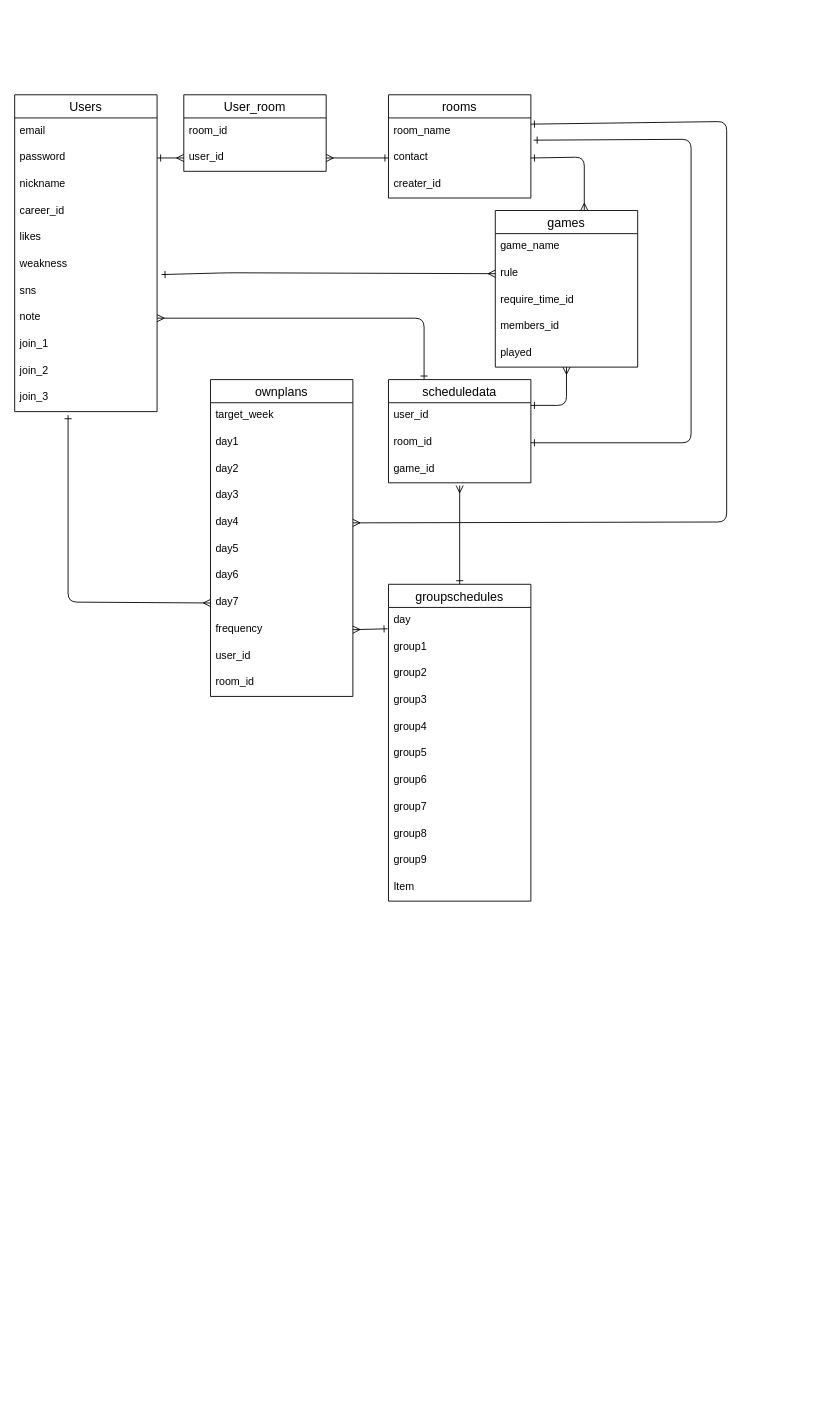
Earlier version of the draw.io diagram bgcafe.dio (Toshiki-Ichi/bgcafe). Source tidied: cells renumbered, new cells numbered last; positions are measured from the earlier drawing's top-left corner, leaving out a move shared by most shapes. Both pictures are drawn from the tidied source at 89%, with x=0, y=0 at pixel (14, 94).
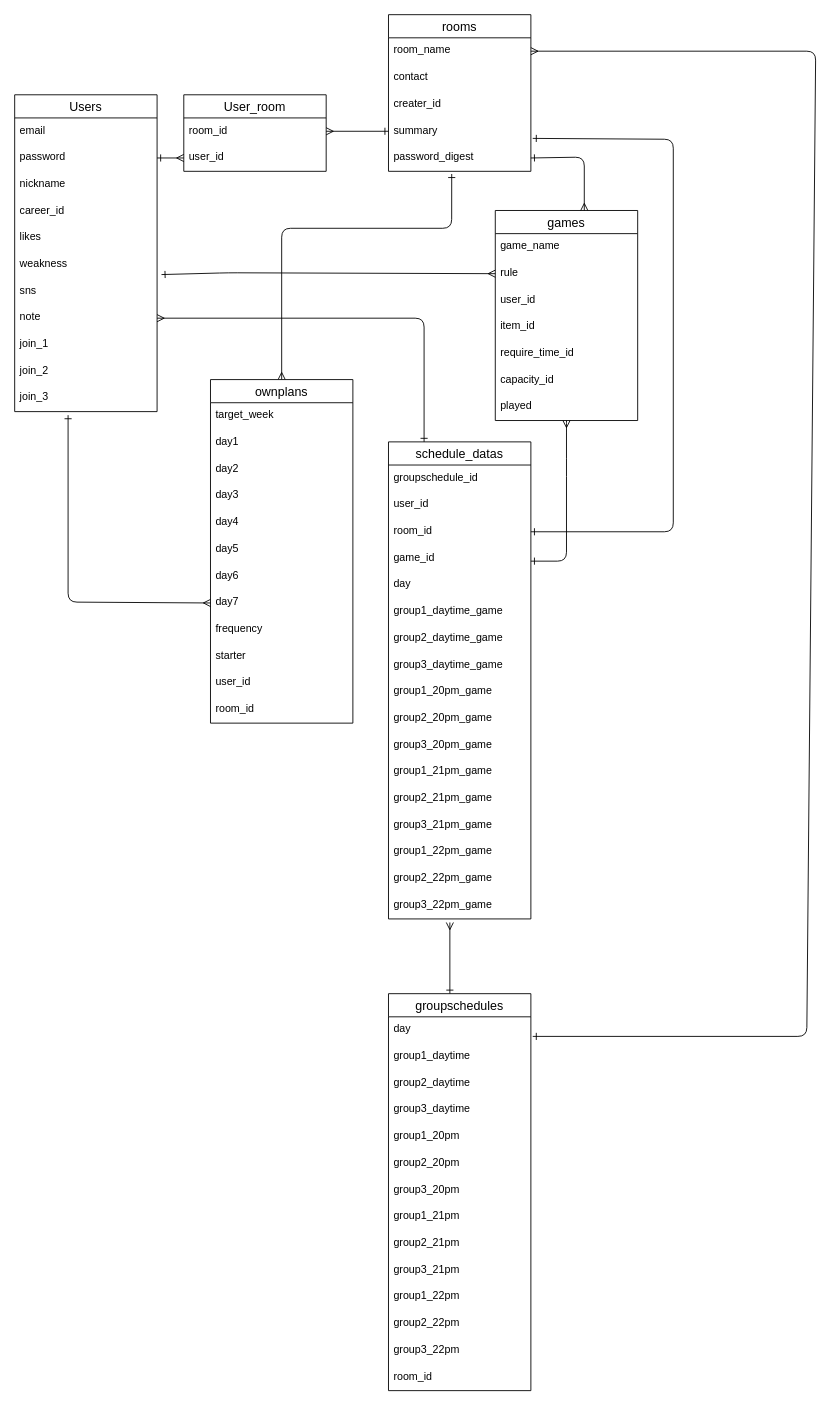
The same diagram, later.

Unchanged cells that the change refers to:
```xml
<mxCell id="15" value="room_id" style="text;strokeColor=none;fillColor=none;spacingLeft=4;spacingRight=4;overflow=hidden;points=[[0,0.5],[1,0.5]];portConstraint=eastwest;fontSize=12;" parent="14" vertex="1">
  <mxGeometry y="26" width="160" height="30" as="geometry" />
</mxCell>
<mxCell id="16" value="user_id" style="text;strokeColor=none;fillColor=none;spacingLeft=4;spacingRight=4;overflow=hidden;points=[[0,0.5],[1,0.5]];portConstraint=eastwest;fontSize=12;" parent="14" vertex="1">
  <mxGeometry y="56" width="160" height="30" as="geometry" />
</mxCell>
<mxCell id="18" value="room_name" style="text;strokeColor=none;fillColor=none;spacingLeft=4;spacingRight=4;overflow=hidden;points=[[0,0.5],[1,0.5]];portConstraint=eastwest;fontSize=12;" parent="17" vertex="1">
  <mxGeometry y="26" width="160" height="30" as="geometry" />
</mxCell>
<mxCell id="19" value="contact" style="text;strokeColor=none;fillColor=none;spacingLeft=4;spacingRight=4;overflow=hidden;points=[[0,0.5],[1,0.5]];portConstraint=eastwest;fontSize=12;" parent="17" vertex="1">
  <mxGeometry y="56" width="160" height="30" as="geometry" />
</mxCell>
<mxCell id="33" value="day4" style="text;strokeColor=none;fillColor=none;spacingLeft=4;spacingRight=4;overflow=hidden;points=[[0,0.5],[1,0.5]];portConstraint=eastwest;fontSize=12;" parent="28" vertex="1">
  <mxGeometry y="146" width="160" height="30" as="geometry" />
</mxCell>
<mxCell id="37" value="frequency" style="text;strokeColor=none;fillColor=none;spacingLeft=4;spacingRight=4;overflow=hidden;points=[[0,0.5],[1,0.5]];portConstraint=eastwest;fontSize=12;" parent="28" vertex="1">
  <mxGeometry y="266" width="160" height="30" as="geometry" />
</mxCell>
<mxCell id="55" value="day" style="text;strokeColor=none;fillColor=none;spacingLeft=4;spacingRight=4;overflow=hidden;points=[[0,0.5],[1,0.5]];portConstraint=eastwest;fontSize=12;" parent="54" vertex="1">
  <mxGeometry y="26" width="160" height="30" as="geometry" />
</mxCell>
```

The edit, as a diff of the source:
```diff
@@
     <mxCell id="17" value="rooms" style="swimlane;fontStyle=0;horizontal=1;startSize=26;align=center;fontSize=14;" parent="1" vertex="1">
-      <mxGeometry x="420" width="160" height="116" as="geometry" />
+      <mxGeometry x="420" y="-90" width="160" height="176" as="geometry" />
     </mxCell>
@@
+    <mxCell id="66" value="summary" style="text;strokeColor=none;fillColor=none;spacingLeft=4;spacingRight=4;overflow=hidden;points=[[0,0.5],[1,0.5]];portConstraint=eastwest;fontSize=12;" parent="17" vertex="1">
+      <mxGeometry y="116" width="160" height="30" as="geometry" />
+    </mxCell>
+    <mxCell id="67" value="password_digest" style="text;strokeColor=none;fillColor=none;spacingLeft=4;spacingRight=4;overflow=hidden;points=[[0,0.5],[1,0.5]];portConstraint=eastwest;fontSize=12;" parent="17" vertex="1">
+      <mxGeometry y="146" width="160" height="30" as="geometry" />
+    </mxCell>
     <mxCell id="21" style="edgeStyle=none;html=1;exitX=1;exitY=0.25;exitDx=0;exitDy=0;endArrow=ERmany;endFill=0;startArrow=ERone;startFill=0;" parent="1" edge="1" source="23" target="45">
       <mxGeometry relative="1" as="geometry">
         <Array as="points">
-          <mxPoint x="620" y="349" />
+          <mxPoint x="620" y="524" />
+          <mxPoint x="620" y="419" />
+          <mxPoint x="620" y="370" />
         </Array>
       </mxGeometry>
     </mxCell>
@@
-    <mxCell id="23" value="scheduledata" style="swimlane;fontStyle=0;horizontal=1;startSize=26;align=center;fontSize=14;" parent="1" vertex="1">
-      <mxGeometry x="420" y="320" width="160" height="116" as="geometry" />
+    <mxCell id="23" value="schedule_datas" style="swimlane;fontStyle=0;horizontal=1;startSize=26;align=center;fontSize=14;" parent="1" vertex="1">
+      <mxGeometry x="420" y="390" width="160" height="536" as="geometry" />
     </mxCell>
+    <mxCell id="68" value="groupschedule_id" style="text;strokeColor=none;fillColor=none;spacingLeft=4;spacingRight=4;overflow=hidden;fontSize=12;" parent="23" vertex="1">
+      <mxGeometry y="26" width="160" height="30" as="geometry" />
+    </mxCell>
     <mxCell id="24" value="user_id" style="text;strokeColor=none;fillColor=none;spacingLeft=4;spacingRight=4;overflow=hidden;fontSize=12;" parent="23" vertex="1">
-      <mxGeometry y="26" width="160" height="30" as="geometry" />
+      <mxGeometry y="56" width="160" height="30" as="geometry" />
     </mxCell>
     <mxCell id="25" value="room_id" style="text;strokeColor=none;fillColor=none;spacingLeft=4;spacingRight=4;overflow=hidden;points=[[0,0.5],[1,0.5]];portConstraint=eastwest;fontSize=12;" parent="23" vertex="1">
-      <mxGeometry y="56" width="160" height="30" as="geometry" />
+      <mxGeometry y="86" width="160" height="30" as="geometry" />
     </mxCell>
     <mxCell id="26" value="game_id" style="text;strokeColor=none;fillColor=none;spacingLeft=4;spacingRight=4;overflow=hidden;points=[[0,0.5],[1,0.5]];portConstraint=eastwest;fontSize=12;" parent="23" vertex="1">
-      <mxGeometry y="86" width="160" height="30" as="geometry" />
+      <mxGeometry y="116" width="160" height="30" as="geometry" />
     </mxCell>
-    <mxCell id="27" style="edgeStyle=none;html=1;startArrow=ERmany;startFill=0;endArrow=ERone;endFill=0;entryX=1;entryY=0.233;entryDx=0;entryDy=0;entryPerimeter=0;exitX=1;exitY=0.5;exitDx=0;exitDy=0;" parent="1" edge="1" source="33" target="18">
-      <mxGeometry relative="1" as="geometry">
-        <Array as="points">
-          <mxPoint x="800" y="480" />
-          <mxPoint x="800" y="30" />
-        </Array>
-      </mxGeometry>
-    </mxCell>
+    <mxCell id="69" value="day" style="text;strokeColor=none;fillColor=none;spacingLeft=4;spacingRight=4;overflow=hidden;fontSize=12;" parent="23" vertex="1">
+      <mxGeometry y="146" width="160" height="30" as="geometry" />
+    </mxCell>
+    <mxCell id="70" value="group1_daytime_game" style="text;strokeColor=none;fillColor=none;spacingLeft=4;spacingRight=4;overflow=hidden;fontSize=12;" parent="23" vertex="1">
+      <mxGeometry y="176" width="160" height="30" as="geometry" />
+    </mxCell>
+    <mxCell id="71" value="group2_daytime_game" style="text;strokeColor=none;fillColor=none;spacingLeft=4;spacingRight=4;overflow=hidden;fontSize=12;" parent="23" vertex="1">
+      <mxGeometry y="206" width="160" height="30" as="geometry" />
+    </mxCell>
+    <mxCell id="72" value="group3_daytime_game" style="text;strokeColor=none;fillColor=none;spacingLeft=4;spacingRight=4;overflow=hidden;fontSize=12;" parent="23" vertex="1">
+      <mxGeometry y="236" width="160" height="30" as="geometry" />
+    </mxCell>
+    <mxCell id="73" value="group1_20pm_game" style="text;strokeColor=none;fillColor=none;spacingLeft=4;spacingRight=4;overflow=hidden;fontSize=12;" parent="23" vertex="1">
+      <mxGeometry y="266" width="160" height="30" as="geometry" />
+    </mxCell>
+    <mxCell id="74" value="group2_20pm_game" style="text;strokeColor=none;fillColor=none;spacingLeft=4;spacingRight=4;overflow=hidden;fontSize=12;" parent="23" vertex="1">
+      <mxGeometry y="296" width="160" height="30" as="geometry" />
+    </mxCell>
+    <mxCell id="75" value="group3_20pm_game" style="text;strokeColor=none;fillColor=none;spacingLeft=4;spacingRight=4;overflow=hidden;fontSize=12;" parent="23" vertex="1">
+      <mxGeometry y="326" width="160" height="30" as="geometry" />
+    </mxCell>
+    <mxCell id="76" value="group1_21pm_game" style="text;strokeColor=none;fillColor=none;spacingLeft=4;spacingRight=4;overflow=hidden;fontSize=12;" parent="23" vertex="1">
+      <mxGeometry y="356" width="160" height="30" as="geometry" />
+    </mxCell>
+    <mxCell id="77" value="group2_21pm_game" style="text;strokeColor=none;fillColor=none;spacingLeft=4;spacingRight=4;overflow=hidden;fontSize=12;" parent="23" vertex="1">
+      <mxGeometry y="386" width="160" height="30" as="geometry" />
+    </mxCell>
+    <mxCell id="78" value="group3_21pm_game" style="text;strokeColor=none;fillColor=none;spacingLeft=4;spacingRight=4;overflow=hidden;fontSize=12;" parent="23" vertex="1">
+      <mxGeometry y="416" width="160" height="30" as="geometry" />
+    </mxCell>
+    <mxCell id="79" value="group1_22pm_game" style="text;strokeColor=none;fillColor=none;spacingLeft=4;spacingRight=4;overflow=hidden;fontSize=12;" parent="23" vertex="1">
+      <mxGeometry y="446" width="160" height="30" as="geometry" />
+    </mxCell>
+    <mxCell id="80" value="group2_22pm_game" style="text;strokeColor=none;fillColor=none;spacingLeft=4;spacingRight=4;overflow=hidden;fontSize=12;" parent="23" vertex="1">
+      <mxGeometry y="476" width="160" height="30" as="geometry" />
+    </mxCell>
+    <mxCell id="81" value="group3_22pm_game" style="text;strokeColor=none;fillColor=none;spacingLeft=4;spacingRight=4;overflow=hidden;points=[[0,0.5],[1,0.5]];portConstraint=eastwest;fontSize=12;" parent="23" vertex="1">
+      <mxGeometry y="506" width="160" height="30" as="geometry" />
+    </mxCell>
+    <mxCell id="82" style="edgeStyle=none;html=1;exitX=0.5;exitY=0;exitDx=0;exitDy=0;entryX=0.444;entryY=1.1;entryDx=0;entryDy=0;entryPerimeter=0;startArrow=ERmany;startFill=0;endArrow=ERone;endFill=0;" parent="1" edge="1" source="28" target="67">
+      <mxGeometry relative="1" as="geometry">
+        <Array as="points">
+          <mxPoint x="300" y="150" />
+          <mxPoint x="491" y="150" />
+        </Array>
+      </mxGeometry>
+    </mxCell>
     <mxCell id="28" value="ownplans" style="swimlane;fontStyle=0;horizontal=1;startSize=26;align=center;fontSize=14;" parent="1" vertex="1">
-      <mxGeometry x="220" y="320" width="160" height="356" as="geometry" />
+      <mxGeometry x="220" y="320" width="160" height="386" as="geometry" />
     </mxCell>
@@
+    <mxCell id="83" value="starter" style="text;strokeColor=none;fillColor=none;spacingLeft=4;spacingRight=4;overflow=hidden;fontSize=12;" parent="28" vertex="1">
+      <mxGeometry y="296" width="160" height="30" as="geometry" />
+    </mxCell>
     <mxCell id="38" value="user_id" style="text;strokeColor=none;fillColor=none;spacingLeft=4;spacingRight=4;overflow=hidden;fontSize=12;" parent="28" vertex="1">
-      <mxGeometry y="296" width="160" height="30" as="geometry" />
+      <mxGeometry y="326" width="160" height="30" as="geometry" />
     </mxCell>
     <mxCell id="39" value="room_id" style="text;strokeColor=none;fillColor=none;spacingLeft=4;spacingRight=4;overflow=hidden;fontSize=12;" parent="28" vertex="1">
-      <mxGeometry y="326" width="160" height="30" as="geometry" />
+      <mxGeometry y="356" width="160" height="30" as="geometry" />
     </mxCell>
     <mxCell id="40" value="games" style="swimlane;fontStyle=0;horizontal=1;startSize=26;align=center;fontSize=14;" parent="1" vertex="1">
-      <mxGeometry x="540" y="130" width="160" height="176" as="geometry" />
+      <mxGeometry x="540" y="130" width="160" height="236" as="geometry" />
     </mxCell>
@@
+    <mxCell id="84" value="user_id" style="text;strokeColor=none;fillColor=none;spacingLeft=4;spacingRight=4;overflow=hidden;fontSize=12;" parent="40" vertex="1">
+      <mxGeometry y="86" width="160" height="30" as="geometry" />
+    </mxCell>
+    <mxCell id="85" value="item_id" style="text;strokeColor=none;fillColor=none;spacingLeft=4;spacingRight=4;overflow=hidden;fontSize=12;" parent="40" vertex="1">
+      <mxGeometry y="116" width="160" height="30" as="geometry" />
+    </mxCell>
     <mxCell id="43" value="require_time_id" style="text;strokeColor=none;fillColor=none;spacingLeft=4;spacingRight=4;overflow=hidden;fontSize=12;" parent="40" vertex="1">
-      <mxGeometry y="86" width="160" height="30" as="geometry" />
+      <mxGeometry y="146" width="160" height="30" as="geometry" />
     </mxCell>
-    <mxCell id="44" value="members_id" style="text;strokeColor=none;fillColor=none;spacingLeft=4;spacingRight=4;overflow=hidden;fontSize=12;" parent="40" vertex="1">
-      <mxGeometry y="116" width="160" height="30" as="geometry" />
-    </mxCell>
+    <mxCell id="86" value="capacity_id" style="text;strokeColor=none;fillColor=none;spacingLeft=4;spacingRight=4;overflow=hidden;fontSize=12;" parent="40" vertex="1">
+      <mxGeometry y="176" width="160" height="30" as="geometry" />
+    </mxCell>
     <mxCell id="45" value="played" style="text;strokeColor=none;fillColor=none;spacingLeft=4;spacingRight=4;overflow=hidden;points=[[0,0.5],[1,0.5]];portConstraint=eastwest;fontSize=12;" parent="40" vertex="1">
-      <mxGeometry y="146" width="160" height="30" as="geometry" />
+      <mxGeometry y="206" width="160" height="30" as="geometry" />
     </mxCell>
-    <mxCell id="46" style="edgeStyle=none;html=1;exitX=1;exitY=0.5;exitDx=0;exitDy=0;entryX=-0.006;entryY=0.8;entryDx=0;entryDy=0;endArrow=ERone;endFill=0;startArrow=ERmany;startFill=0;entryPerimeter=0;" parent="1" edge="1" source="37" target="55">
-      <mxGeometry relative="1" as="geometry" />
+    <mxCell id="46" style="edgeStyle=none;html=1;entryX=1.013;entryY=0.733;entryDx=0;entryDy=0;endArrow=ERone;endFill=0;startArrow=ERmany;startFill=0;entryPerimeter=0;exitX=1;exitY=0.5;exitDx=0;exitDy=0;" parent="1" edge="1" source="18" target="55">
+      <mxGeometry relative="1" as="geometry">
+        <Array as="points">
+          <mxPoint x="900" y="-49" />
+          <mxPoint x="890" y="1058" />
+        </Array>
+      </mxGeometry>
     </mxCell>
@@
-    <mxCell id="48" style="edgeStyle=none;html=1;exitX=0;exitY=0.5;exitDx=0;exitDy=0;entryX=1;entryY=0.5;entryDx=0;entryDy=0;startArrow=ERone;startFill=0;endArrow=ERmany;endFill=0;" parent="1" edge="1" source="19" target="16">
+    <mxCell id="48" style="edgeStyle=none;html=1;exitX=0;exitY=0.5;exitDx=0;exitDy=0;entryX=1;entryY=0.5;entryDx=0;entryDy=0;startArrow=ERone;startFill=0;endArrow=ERmany;endFill=0;" parent="1" edge="1" source="66" target="15">
       <mxGeometry relative="1" as="geometry" />
     </mxCell>
@@
-    <mxCell id="50" style="edgeStyle=none;html=1;exitX=1;exitY=0.5;exitDx=0;exitDy=0;entryX=0.625;entryY=0;entryDx=0;entryDy=0;entryPerimeter=0;endArrow=ERmany;endFill=0;startArrow=ERone;startFill=0;" parent="1" edge="1" source="19" target="40">
+    <mxCell id="50" style="edgeStyle=none;html=1;exitX=1;exitY=0.5;exitDx=0;exitDy=0;entryX=0.625;entryY=0;entryDx=0;entryDy=0;entryPerimeter=0;endArrow=ERmany;endFill=0;startArrow=ERone;startFill=0;" parent="1" edge="1" source="67" target="40">
       <mxGeometry relative="1" as="geometry">
         <Array as="points">
           <mxPoint x="640" y="70" />
         </Array>
       </mxGeometry>
     </mxCell>
@@
-    <mxCell id="52" style="edgeStyle=none;html=1;exitX=1;exitY=0.5;exitDx=0;exitDy=0;startArrow=ERone;startFill=0;endArrow=ERone;endFill=0;entryX=1.019;entryY=0.833;entryDx=0;entryDy=0;entryPerimeter=0;" parent="1" edge="1" source="25" target="18">
+    <mxCell id="52" style="edgeStyle=none;html=1;exitX=1;exitY=0.5;exitDx=0;exitDy=0;startArrow=ERone;startFill=0;endArrow=ERone;endFill=0;entryX=1.013;entryY=0.767;entryDx=0;entryDy=0;entryPerimeter=0;" parent="1" edge="1" source="25" target="66">
       <mxGeometry relative="1" as="geometry">
         <Array as="points">
-          <mxPoint x="760" y="391" />
-          <mxPoint x="760" y="50" />
+          <mxPoint x="740" y="491" />
+          <mxPoint x="740" y="50" />
         </Array>
       </mxGeometry>
     </mxCell>
-    <mxCell id="53" style="edgeStyle=none;html=1;exitX=0.5;exitY=0;exitDx=0;exitDy=0;entryX=0.5;entryY=1.1;entryDx=0;entryDy=0;entryPerimeter=0;startArrow=ERone;startFill=0;endArrow=ERmany;endFill=0;" parent="1" edge="1" source="54" target="26">
+    <mxCell id="53" style="edgeStyle=none;html=1;exitX=0.431;exitY=0;exitDx=0;exitDy=0;startArrow=ERone;startFill=0;endArrow=ERmany;endFill=0;entryX=0.431;entryY=1.133;entryDx=0;entryDy=0;entryPerimeter=0;exitPerimeter=0;" parent="1" edge="1" source="54" target="81">
       <mxGeometry relative="1" as="geometry" />
     </mxCell>
     <mxCell id="54" value="groupschedules" style="swimlane;fontStyle=0;horizontal=1;startSize=26;align=center;fontSize=14;" parent="1" vertex="1">
-      <mxGeometry x="420" y="550" width="160" height="356" as="geometry" />
+      <mxGeometry x="420" y="1010" width="160" height="446" as="geometry" />
     </mxCell>
@@
-    <mxCell id="56" value="group1" style="text;strokeColor=none;fillColor=none;spacingLeft=4;spacingRight=4;overflow=hidden;fontSize=12;" parent="54" vertex="1">
+    <mxCell id="56" value="group1_daytime" style="text;strokeColor=none;fillColor=none;spacingLeft=4;spacingRight=4;overflow=hidden;fontSize=12;" parent="54" vertex="1">
       <mxGeometry y="56" width="160" height="30" as="geometry" />
     </mxCell>
-    <mxCell id="57" value="group2" style="text;strokeColor=none;fillColor=none;spacingLeft=4;spacingRight=4;overflow=hidden;fontSize=12;" parent="54" vertex="1">
+    <mxCell id="57" value="group2_daytime" style="text;strokeColor=none;fillColor=none;spacingLeft=4;spacingRight=4;overflow=hidden;fontSize=12;" parent="54" vertex="1">
       <mxGeometry y="86" width="160" height="30" as="geometry" />
     </mxCell>
-    <mxCell id="58" value="group3" style="text;strokeColor=none;fillColor=none;spacingLeft=4;spacingRight=4;overflow=hidden;fontSize=12;" parent="54" vertex="1">
+    <mxCell id="58" value="group3_daytime" style="text;strokeColor=none;fillColor=none;spacingLeft=4;spacingRight=4;overflow=hidden;fontSize=12;" parent="54" vertex="1">
       <mxGeometry y="116" width="160" height="30" as="geometry" />
     </mxCell>
-    <mxCell id="59" value="group4" style="text;strokeColor=none;fillColor=none;spacingLeft=4;spacingRight=4;overflow=hidden;fontSize=12;" parent="54" vertex="1">
+    <mxCell id="59" value="group1_20pm" style="text;strokeColor=none;fillColor=none;spacingLeft=4;spacingRight=4;overflow=hidden;fontSize=12;" parent="54" vertex="1">
       <mxGeometry y="146" width="160" height="30" as="geometry" />
     </mxCell>
-    <mxCell id="60" value="group5" style="text;strokeColor=none;fillColor=none;spacingLeft=4;spacingRight=4;overflow=hidden;fontSize=12;" parent="54" vertex="1">
+    <mxCell id="60" value="group2_20pm" style="text;strokeColor=none;fillColor=none;spacingLeft=4;spacingRight=4;overflow=hidden;fontSize=12;" parent="54" vertex="1">
       <mxGeometry y="176" width="160" height="30" as="geometry" />
     </mxCell>
-    <mxCell id="61" value="group6" style="text;strokeColor=none;fillColor=none;spacingLeft=4;spacingRight=4;overflow=hidden;fontSize=12;" parent="54" vertex="1">
+    <mxCell id="61" value="group3_20pm" style="text;strokeColor=none;fillColor=none;spacingLeft=4;spacingRight=4;overflow=hidden;fontSize=12;" parent="54" vertex="1">
       <mxGeometry y="206" width="160" height="30" as="geometry" />
     </mxCell>
-    <mxCell id="62" value="group7" style="text;strokeColor=none;fillColor=none;spacingLeft=4;spacingRight=4;overflow=hidden;fontSize=12;" parent="54" vertex="1">
+    <mxCell id="62" value="group1_21pm" style="text;strokeColor=none;fillColor=none;spacingLeft=4;spacingRight=4;overflow=hidden;fontSize=12;" parent="54" vertex="1">
       <mxGeometry y="236" width="160" height="30" as="geometry" />
     </mxCell>
-    <mxCell id="63" value="group8" style="text;strokeColor=none;fillColor=none;spacingLeft=4;spacingRight=4;overflow=hidden;fontSize=12;" parent="54" vertex="1">
+    <mxCell id="63" value="group2_21pm" style="text;strokeColor=none;fillColor=none;spacingLeft=4;spacingRight=4;overflow=hidden;fontSize=12;" parent="54" vertex="1">
       <mxGeometry y="266" width="160" height="30" as="geometry" />
     </mxCell>
-    <mxCell id="64" value="group9" style="text;strokeColor=none;fillColor=none;spacingLeft=4;spacingRight=4;overflow=hidden;fontSize=12;" parent="54" vertex="1">
+    <mxCell id="64" value="group3_21pm" style="text;strokeColor=none;fillColor=none;spacingLeft=4;spacingRight=4;overflow=hidden;fontSize=12;" parent="54" vertex="1">
       <mxGeometry y="296" width="160" height="30" as="geometry" />
     </mxCell>
+    <mxCell id="87" value="group1_22pm" style="text;strokeColor=none;fillColor=none;spacingLeft=4;spacingRight=4;overflow=hidden;fontSize=12;" parent="54" vertex="1">
+      <mxGeometry y="326" width="160" height="30" as="geometry" />
+    </mxCell>
+    <mxCell id="88" value="group2_22pm" style="text;strokeColor=none;fillColor=none;spacingLeft=4;spacingRight=4;overflow=hidden;fontSize=12;" parent="54" vertex="1">
+      <mxGeometry y="356" width="160" height="30" as="geometry" />
+    </mxCell>
-    <mxCell id="65" value="Item" style="text;strokeColor=none;fillColor=none;spacingLeft=4;spacingRight=4;overflow=hidden;fontSize=12;" parent="54" vertex="1">
-      <mxGeometry y="326" width="160" height="30" as="geometry" />
+    <mxCell id="65" value="group3_22pm" style="text;strokeColor=none;fillColor=none;spacingLeft=4;spacingRight=4;overflow=hidden;fontSize=12;" parent="54" vertex="1">
+      <mxGeometry y="386" width="160" height="30" as="geometry" />
     </mxCell>
+    <mxCell id="89" value="room_id" style="text;strokeColor=none;fillColor=none;spacingLeft=4;spacingRight=4;overflow=hidden;fontSize=12;" parent="54" vertex="1">
+      <mxGeometry y="416" width="160" height="30" as="geometry" />
+    </mxCell>
```
